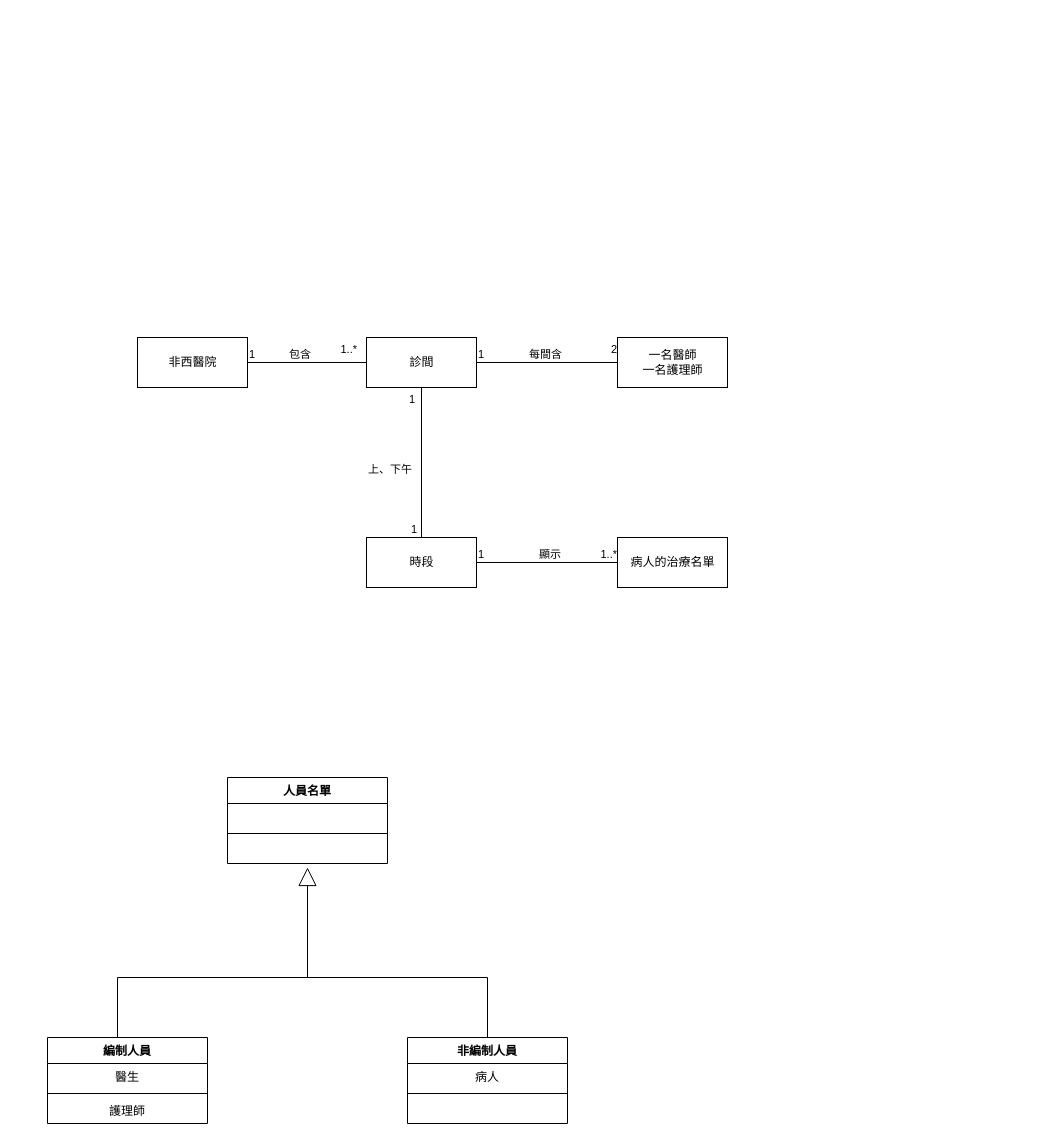
Above: Clinic.drawio in 35596035/110-2HW2 (draw.io), before the change. Source tidied: cells renumbered, new cells numbered last; positions are measured from the earlier drawing's top-left corner, leaving out a move shared by most shapes. Both pictures are drawn from the tidied source at 100%, with x=0, y=0 at pixel (47, 337).
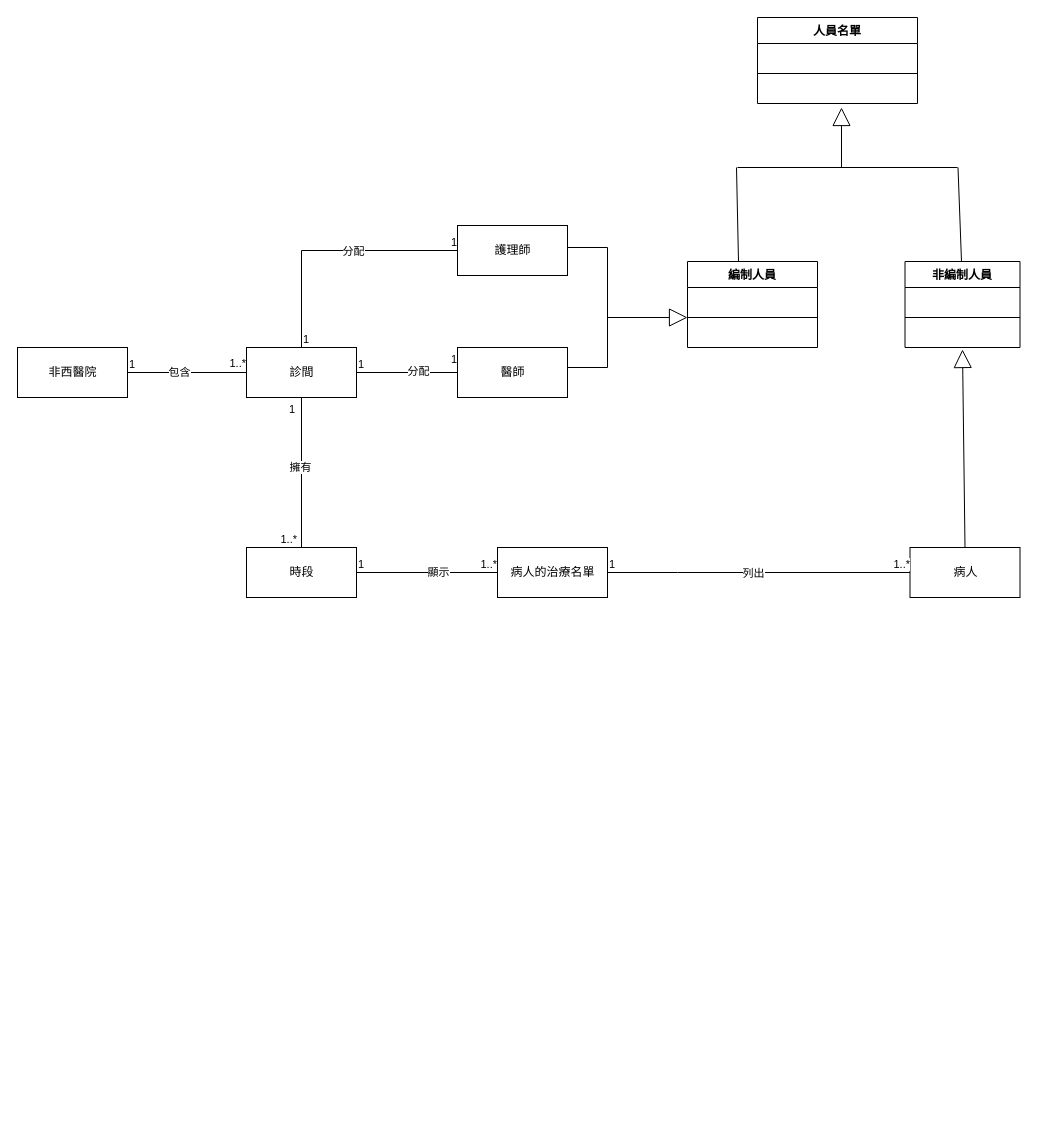
The same diagram, later.

Unchanged cells that the change refers to:
```xml
<mxCell id="21" style="endArrow=none;html=1;edgeStyle=orthogonalEdgeStyle;rounded=0;entryX=0;entryY=0.5;entryDx=0;entryDy=0;exitX=1;exitY=0.5;exitDx=0;exitDy=0;" parent="1" edge="1" source="18" target="19">
  <mxGeometry relative="1" as="geometry" />
</mxCell>
<mxCell id="24" style="endArrow=none;html=1;edgeStyle=orthogonalEdgeStyle;rounded=0;exitX=1;exitY=0.5;exitDx=0;exitDy=0;entryX=0;entryY=0.5;entryDx=0;entryDy=0;" parent="1" edge="1" source="19" target="20">
  <mxGeometry relative="1" as="geometry" />
</mxCell>
<mxCell id="27" style="endArrow=none;html=1;edgeStyle=orthogonalEdgeStyle;rounded=0;exitX=0.5;exitY=1;exitDx=0;exitDy=0;entryX=0.5;entryY=0;entryDx=0;entryDy=0;" parent="1" edge="1" source="19" target="30">
  <mxGeometry relative="1" as="geometry" />
</mxCell>
<mxCell id="32" style="endArrow=none;html=1;edgeStyle=orthogonalEdgeStyle;rounded=0;exitX=1;exitY=0.5;exitDx=0;exitDy=0;entryX=0;entryY=0.5;entryDx=0;entryDy=0;" parent="1" edge="1" source="30" target="31">
  <mxGeometry relative="1" as="geometry" />
</mxCell>
```

Diff of the diagram source:
```diff
@@
     <mxCell id="2" value="編制人員" style="swimlane;fontStyle=1;align=center;verticalAlign=top;horizontal=1;startSize=26;" parent="1" vertex="1">
-      <mxGeometry y="700" width="160" height="86" as="geometry" />
+      <mxGeometry x="640" y="-76" width="130" height="86" as="geometry" />
     </mxCell>
-    <mxCell id="3" value="醫生" style="text;strokeColor=none;fillColor=none;align=center;verticalAlign=top;spacingLeft=4;spacingRight=4;overflow=hidden;" parent="2" vertex="1">
-      <mxGeometry y="26" width="160" height="26" as="geometry" />
+    <mxCell id="3" value=" " style="text;strokeColor=none;fillColor=none;align=center;verticalAlign=top;spacingLeft=4;spacingRight=4;overflow=hidden;" parent="2" vertex="1">
+      <mxGeometry y="26" width="130" height="26" as="geometry" />
     </mxCell>
     <mxCell id="4" style="line;strokeWidth=1;fillColor=none;align=left;verticalAlign=middle;spacingTop=-1;spacingLeft=3;spacingRight=3;labelPosition=right;" parent="2" vertex="1">
-      <mxGeometry y="52" width="160" height="8" as="geometry" />
+      <mxGeometry y="52" width="130" height="8" as="geometry" />
     </mxCell>
-    <mxCell id="5" value="護理師" style="text;strokeColor=none;fillColor=none;align=center;verticalAlign=top;spacingLeft=4;spacingRight=4;overflow=hidden;" parent="2" vertex="1">
-      <mxGeometry y="60" width="160" height="26" as="geometry" />
+    <mxCell id="5" value=" " style="text;strokeColor=none;fillColor=none;align=center;verticalAlign=top;spacingLeft=4;spacingRight=4;overflow=hidden;" parent="2" vertex="1">
+      <mxGeometry y="60" width="130" height="26" as="geometry" />
     </mxCell>
     <mxCell id="6" value="人員名單" style="swimlane;fontStyle=1;align=center;verticalAlign=top;horizontal=1;startSize=26;" parent="1" vertex="1">
-      <mxGeometry x="180" y="440" width="160" height="86" as="geometry" />
+      <mxGeometry x="710" y="-320" width="160" height="86" as="geometry" />
     </mxCell>
@@
     <mxCell id="10" value="非編制人員" style="swimlane;fontStyle=1;align=center;verticalAlign=top;horizontal=1;startSize=26;" parent="1" vertex="1">
-      <mxGeometry x="360" y="700" width="160" height="86" as="geometry" />
+      <mxGeometry x="857.5" y="-76" width="115" height="86" as="geometry" />
     </mxCell>
-    <mxCell id="11" value="病人" style="text;strokeColor=none;fillColor=none;align=center;verticalAlign=top;spacingLeft=4;spacingRight=4;overflow=hidden;" parent="10" vertex="1">
-      <mxGeometry y="26" width="160" height="26" as="geometry" />
+    <mxCell id="11" value=" " style="text;strokeColor=none;fillColor=none;align=center;verticalAlign=top;spacingLeft=4;spacingRight=4;overflow=hidden;" parent="10" vertex="1">
+      <mxGeometry y="26" width="115" height="26" as="geometry" />
     </mxCell>
     <mxCell id="12" style="line;strokeWidth=1;fillColor=none;align=left;verticalAlign=middle;spacingTop=-1;spacingLeft=3;spacingRight=3;labelPosition=right;" parent="10" vertex="1">
-      <mxGeometry y="52" width="160" height="8" as="geometry" />
+      <mxGeometry y="52" width="115" height="8" as="geometry" />
     </mxCell>
     <mxCell id="13" value=" " style="text;strokeColor=none;fillColor=none;align=left;verticalAlign=top;spacingLeft=4;spacingRight=4;overflow=hidden;points=[[0,0.5],[1,0.5]];portConstraint=eastwest;" parent="10" vertex="1">
-      <mxGeometry y="60" width="160" height="26" as="geometry" />
+      <mxGeometry y="60" width="115" height="26" as="geometry" />
     </mxCell>
-    <mxCell id="14" style="endArrow=none;html=1;rounded=0;" parent="1" edge="1">
-      <mxGeometry relative="1" as="geometry">
-        <mxPoint x="70" y="640" as="sourcePoint" />
-        <mxPoint x="440" y="640" as="targetPoint" />
-      </mxGeometry>
-    </mxCell>
-    <mxCell id="15" style="endArrow=none;html=1;rounded=0;entryX=0.5;entryY=0;entryDx=0;entryDy=0;" parent="1" edge="1" target="10">
-      <mxGeometry relative="1" as="geometry">
-        <mxPoint x="440" y="640" as="sourcePoint" />
-      </mxGeometry>
-    </mxCell>
-    <mxCell id="16" style="endArrow=none;html=1;rounded=0;entryX=0.5;entryY=0;entryDx=0;entryDy=0;" parent="1" edge="1">
-      <mxGeometry relative="1" as="geometry">
-        <mxPoint x="70" y="640" as="sourcePoint" />
-        <mxPoint x="70" y="700" as="targetPoint" />
-      </mxGeometry>
-    </mxCell>
-    <mxCell id="17" style="endArrow=block;endSize=16;endFill=0;html=1;rounded=0;" parent="1" edge="1">
-      <mxGeometry x="0.27" y="-50" relative="1" as="geometry">
-        <mxPoint x="260" y="640" as="sourcePoint" />
-        <mxPoint x="260" y="530" as="targetPoint" />
-      </mxGeometry>
-    </mxCell>
     <mxCell id="18" value="非西醫院" style="html=1;" parent="1" vertex="1">
-      <mxGeometry x="90" width="110" height="50" as="geometry" />
+      <mxGeometry x="-30" y="10" width="110" height="50" as="geometry" />
     </mxCell>
     <mxCell id="19" value="診間" style="html=1;" parent="1" vertex="1">
-      <mxGeometry x="319" width="110" height="50" as="geometry" />
+      <mxGeometry x="199" y="10" width="110" height="50" as="geometry" />
     </mxCell>
-    <mxCell id="20" value="一名醫師&lt;br&gt;一名護理師" style="html=1;" parent="1" vertex="1">
-      <mxGeometry x="570" width="110" height="50" as="geometry" />
+    <mxCell id="20" value="醫師" style="html=1;" parent="1" vertex="1">
+      <mxGeometry x="410" y="10" width="110" height="50" as="geometry" />
     </mxCell>
@@
     <mxCell id="23" value="1..*" style="edgeLabel;html=1;align=right;verticalAlign=bottom;" parent="21" vertex="1">
       <mxGeometry x="1" relative="1" as="geometry">
-        <mxPoint x="-9" y="-5" as="offset" />
+        <mxPoint y="-1" as="offset" />
       </mxGeometry>
     </mxCell>
+    <mxCell id="38" value="包含" style="edgeLabel;html=1;align=center;verticalAlign=middle;" parent="21" vertex="1">
+      <mxGeometry x="-0.15" y="1" relative="1" as="geometry" />
+    </mxCell>
@@
-    <mxCell id="26" value="2" style="edgeLabel;html=1;align=right;verticalAlign=bottom;" parent="24" vertex="1">
+    <mxCell id="26" value="1" style="edgeLabel;html=1;align=right;verticalAlign=bottom;" parent="24" vertex="1">
       <mxGeometry x="1" relative="1" as="geometry">
         <mxPoint y="-5" as="offset" />
       </mxGeometry>
     </mxCell>
+    <mxCell id="39" value="分配" style="edgeLabel;html=1;align=center;verticalAlign=middle;" parent="24" vertex="1">
+      <mxGeometry x="0.21" y="2" relative="1" as="geometry" />
+    </mxCell>
@@
-    <mxCell id="29" value="1" style="edgeLabel;html=1;align=right;verticalAlign=bottom;" parent="27" vertex="1">
+    <mxCell id="29" value="1..*" style="edgeLabel;html=1;align=right;verticalAlign=bottom;" parent="27" vertex="1">
       <mxGeometry x="1" relative="1" as="geometry">
         <mxPoint x="-4" as="offset" />
       </mxGeometry>
     </mxCell>
+    <mxCell id="40" value="擁有" style="edgeLabel;html=1;align=center;verticalAlign=middle;" parent="27" vertex="1">
+      <mxGeometry x="-0.08" y="-2" relative="1" as="geometry" />
+    </mxCell>
     <mxCell id="30" value="時段" style="html=1;" parent="1" vertex="1">
-      <mxGeometry x="319" y="200" width="110" height="50" as="geometry" />
+      <mxGeometry x="199" y="210" width="110" height="50" as="geometry" />
     </mxCell>
     <mxCell id="31" value="病人的治療名單" style="html=1;" parent="1" vertex="1">
-      <mxGeometry x="570" y="200" width="110" height="50" as="geometry" />
+      <mxGeometry x="450" y="210" width="110" height="50" as="geometry" />
     </mxCell>
@@
-    <mxCell id="35" value="顯示" style="edgeLabel;html=1;align=left;verticalAlign=bottom;" parent="1" vertex="1">
-      <mxGeometry x="490" y="225" as="geometry" />
+    <mxCell id="35" value="顯示" style="edgeLabel;html=1;align=center;verticalAlign=middle;" parent="32" vertex="1">
+      <mxGeometry x="0.15" y="1" relative="1" as="geometry" />
     </mxCell>
-    <mxCell id="36" value="每間含" style="edgeLabel;html=1;align=left;verticalAlign=bottom;" parent="1" vertex="1">
-      <mxGeometry x="480" y="25" as="geometry" />
-    </mxCell>
-    <mxCell id="37" value="上、下午" style="edgeLabel;html=1;align=left;verticalAlign=bottom;" parent="1" vertex="1">
-      <mxGeometry x="319" y="140" as="geometry" />
-    </mxCell>
-    <mxCell id="38" value="包含" style="edgeLabel;html=1;align=left;verticalAlign=bottom;" parent="1" vertex="1">
-      <mxGeometry x="240" y="25" as="geometry" />
-    </mxCell>
+    <mxCell id="41" value="病人" style="html=1;" parent="1" vertex="1">
+      <mxGeometry x="862.5" y="210" width="110" height="50" as="geometry" />
+    </mxCell>
+    <mxCell id="42" style="endArrow=none;html=1;edgeStyle=orthogonalEdgeStyle;rounded=0;exitX=1;exitY=0.5;exitDx=0;exitDy=0;entryX=0;entryY=0.5;entryDx=0;entryDy=0;" parent="1" edge="1" source="31" target="41">
+      <mxGeometry relative="1" as="geometry">
+        <Array as="points">
+          <mxPoint x="630" y="235" />
+          <mxPoint x="630" y="235" />
+        </Array>
+      </mxGeometry>
+    </mxCell>
+    <mxCell id="43" value="1" style="edgeLabel;html=1;align=left;verticalAlign=bottom;" parent="42" vertex="1">
+      <mxGeometry x="-1" relative="1" as="geometry" />
+    </mxCell>
+    <mxCell id="44" value="1..*" style="edgeLabel;html=1;align=right;verticalAlign=bottom;" parent="42" vertex="1">
+      <mxGeometry x="1" relative="1" as="geometry" />
+    </mxCell>
+    <mxCell id="45" value="列出" style="edgeLabel;html=1;align=center;verticalAlign=middle;" parent="42" vertex="1">
+      <mxGeometry x="-0.04" relative="1" as="geometry" />
+    </mxCell>
+    <mxCell id="46" style="endArrow=block;endSize=16;endFill=0;html=1;rounded=0;exitX=0.5;exitY=0;exitDx=0;exitDy=0;entryX=0.5;entryY=1.077;entryDx=0;entryDy=0;entryPerimeter=0;" parent="1" edge="1" source="41" target="13">
+      <mxGeometry relative="1" as="geometry" />
+    </mxCell>
+    <mxCell id="47" style="endArrow=none;html=1;rounded=0;exitX=0.385;exitY=0.07;exitDx=0;exitDy=0;exitPerimeter=0;" parent="1" edge="1">
+      <mxGeometry relative="1" as="geometry">
+        <mxPoint x="691" y="-76" as="sourcePoint" />
+        <mxPoint x="689" y="-170" as="targetPoint" />
+      </mxGeometry>
+    </mxCell>
+    <mxCell id="48" style="endArrow=none;html=1;rounded=0;exitX=0.5;exitY=0;exitDx=0;exitDy=0;" parent="1" edge="1">
+      <mxGeometry relative="1" as="geometry">
+        <mxPoint x="914" y="-76" as="sourcePoint" />
+        <mxPoint x="910.5" y="-170" as="targetPoint" />
+      </mxGeometry>
+    </mxCell>
+    <mxCell id="49" style="endArrow=none;html=1;rounded=0;" parent="1" edge="1">
+      <mxGeometry relative="1" as="geometry">
+        <mxPoint x="690" y="-170" as="sourcePoint" />
+        <mxPoint x="910" y="-170" as="targetPoint" />
+      </mxGeometry>
+    </mxCell>
+    <mxCell id="50" style="endArrow=block;endSize=16;endFill=0;html=1;rounded=0;" parent="1" edge="1">
+      <mxGeometry y="-20" relative="1" as="geometry">
+        <mxPoint x="794" y="-170" as="sourcePoint" />
+        <mxPoint x="794" y="-230" as="targetPoint" />
+      </mxGeometry>
+    </mxCell>
+    <mxCell id="51" value="護理師" style="html=1;" parent="1" vertex="1">
+      <mxGeometry x="410" y="-112" width="110" height="50" as="geometry" />
+    </mxCell>
+    <mxCell id="52" style="endArrow=none;html=1;edgeStyle=orthogonalEdgeStyle;rounded=0;exitX=0.5;exitY=0;exitDx=0;exitDy=0;entryX=0;entryY=0.5;entryDx=0;entryDy=0;" parent="1" edge="1" source="19" target="51">
+      <mxGeometry relative="1" as="geometry" />
+    </mxCell>
+    <mxCell id="53" value="1" style="edgeLabel;html=1;align=left;verticalAlign=bottom;" parent="52" vertex="1">
+      <mxGeometry x="-1" relative="1" as="geometry" />
+    </mxCell>
+    <mxCell id="54" value="1" style="edgeLabel;html=1;align=right;verticalAlign=bottom;" parent="52" vertex="1">
+      <mxGeometry x="1" relative="1" as="geometry" />
+    </mxCell>
+    <mxCell id="55" value="分配" style="edgeLabel;html=1;align=center;verticalAlign=middle;" parent="52" vertex="1">
+      <mxGeometry x="0.17" relative="1" as="geometry" />
+    </mxCell>
+    <mxCell id="56" style="endArrow=none;html=1;rounded=0;exitX=1;exitY=0.5;exitDx=0;exitDy=0;" parent="1" edge="1">
+      <mxGeometry relative="1" as="geometry">
+        <mxPoint x="520" y="-90" as="sourcePoint" />
+        <mxPoint x="560" y="-90" as="targetPoint" />
+      </mxGeometry>
+    </mxCell>
+    <mxCell id="57" style="endArrow=none;html=1;rounded=0;exitX=1;exitY=0.5;exitDx=0;exitDy=0;" parent="1" edge="1">
+      <mxGeometry relative="1" as="geometry">
+        <mxPoint x="520" y="30" as="sourcePoint" />
+        <mxPoint x="560" y="30" as="targetPoint" />
+      </mxGeometry>
+    </mxCell>
+    <mxCell id="58" style="endArrow=none;html=1;rounded=0;" parent="1" edge="1">
+      <mxGeometry relative="1" as="geometry">
+        <mxPoint x="560" y="30" as="sourcePoint" />
+        <mxPoint x="560" y="-90" as="targetPoint" />
+      </mxGeometry>
+    </mxCell>
+    <mxCell id="59" style="endArrow=block;endSize=16;endFill=0;html=1;rounded=0;" parent="1" edge="1">
+      <mxGeometry relative="1" as="geometry">
+        <mxPoint x="560" y="-20" as="sourcePoint" />
+        <mxPoint x="640" y="-20" as="targetPoint" />
+      </mxGeometry>
+    </mxCell>
```
